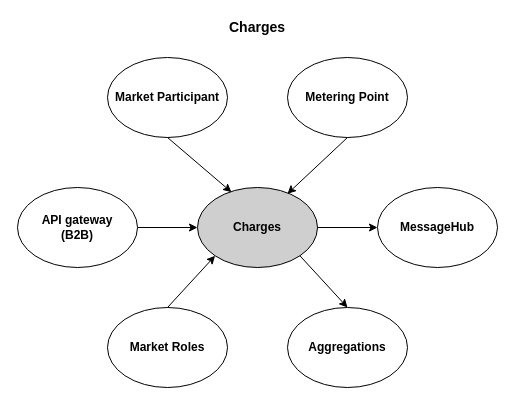
Energinet-DataHub/ARCHIVED-geh-charges keeps this draw.io diagram as docs/images/ChargesContextStreams.drawio. Above is the earlier version. Source tidied: cells renumbered, new cells numbered last; positions are measured from the earlier drawing's top-left corner, leaving out a move shared by most shapes. Both pictures are drawn from the tidied source at 100%, with x=0, y=0 at pixel (17, 17).
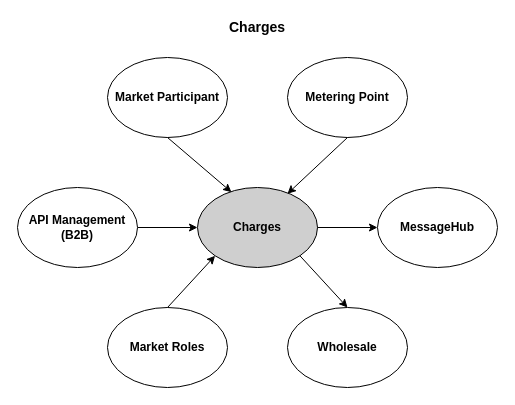
Above is the later version.

Commit message (it also covers changes not shown here):
Changed aggregations to wholesale in context diag

Change to the diagram source:
```diff
@@
 <mxGraphModel>
   <root>
     <mxCell id="0" />
     <mxCell id="1" parent="0" />
     <mxCell id="2" value="&lt;b&gt;Charges&lt;/b&gt;" style="ellipse;whiteSpace=wrap;html=1;fillColor=#CFCFCF;" parent="1" vertex="1">
       <mxGeometry x="180" y="170" width="120" height="80" as="geometry" />
     </mxCell>
     <mxCell id="3" style="edgeStyle=orthogonalEdgeStyle;rounded=0;jettySize=auto;html=1;" parent="1" edge="1" source="4" target="2">
       <mxGeometry relative="1" as="geometry" />
     </mxCell>
-    <mxCell id="4" value="&lt;b&gt;API gateway&lt;br&gt;(B2B)&lt;br&gt;&lt;/b&gt;" style="ellipse;whiteSpace=wrap;html=1;" parent="1" vertex="1">
+    <mxCell id="4" value="&lt;b&gt;API Management&lt;br&gt;(B2B)&lt;br&gt;&lt;/b&gt;" style="ellipse;whiteSpace=wrap;html=1;" parent="1" vertex="1">
       <mxGeometry y="170" width="120" height="80" as="geometry" />
     </mxCell>
     <mxCell id="5" value="&lt;b&gt;MessageHub&lt;/b&gt;" style="ellipse;whiteSpace=wrap;html=1;" parent="1" vertex="1">
       <mxGeometry x="360" y="170" width="120" height="80" as="geometry" />
     </mxCell>
-    <mxCell id="6" value="&lt;b&gt;Aggregations&lt;/b&gt;" style="ellipse;whiteSpace=wrap;html=1;" parent="1" vertex="1">
+    <mxCell id="6" value="&lt;b&gt;Wholesale&lt;/b&gt;" style="ellipse;whiteSpace=wrap;html=1;" parent="1" vertex="1">
       <mxGeometry x="270" y="290" width="120" height="80" as="geometry" />
     </mxCell>
     <mxCell id="7" value="&lt;b&gt;&lt;font style=&quot;font-size: 14px&quot;&gt;Charges&lt;/font&gt;&lt;/b&gt;" style="text;html=1;strokeColor=none;fillColor=none;align=center;verticalAlign=middle;whiteSpace=wrap;rounded=0;" parent="1" vertex="1">
       <mxGeometry x="140" width="200" height="20" as="geometry" />
     </mxCell>
     <mxCell id="8" style="edgeStyle=orthogonalEdgeStyle;rounded=0;jettySize=auto;html=1;entryX=0;entryY=0.5;entryDx=0;entryDy=0;exitX=1;exitY=0.5;exitDx=0;exitDy=0;" parent="1" edge="1" source="2" target="5">
       <mxGeometry relative="1" as="geometry" />
     </mxCell>
     <mxCell id="9" value="&lt;b&gt;Metering Point&lt;/b&gt;" style="ellipse;whiteSpace=wrap;html=1;" parent="1" vertex="1">
       <mxGeometry x="270" y="40" width="120" height="80" as="geometry" />
     </mxCell>
     <mxCell id="10" value="&lt;b&gt;Market Participant&lt;/b&gt;" style="ellipse;whiteSpace=wrap;html=1;" parent="1" vertex="1">
       <mxGeometry x="90" y="40" width="120" height="80" as="geometry" />
     </mxCell>
     <mxCell id="11" style="endArrow=classic;html=1;exitX=0.5;exitY=1;exitDx=0;exitDy=0;entryX=0.283;entryY=0.058;entryDx=0;entryDy=0;entryPerimeter=0;" parent="1" edge="1" source="10" target="2">
       <mxGeometry relative="1" as="geometry" />
     </mxCell>
     <mxCell id="12" style="endArrow=classic;html=1;exitX=0.5;exitY=1;exitDx=0;exitDy=0;entryX=0.75;entryY=0.078;entryDx=0;entryDy=0;entryPerimeter=0;" parent="1" edge="1" source="9" target="2">
       <mxGeometry relative="1" as="geometry" />
     </mxCell>
     <mxCell id="13" value="&lt;b&gt;Market Roles&lt;/b&gt;" style="ellipse;whiteSpace=wrap;html=1;" parent="1" vertex="1">
       <mxGeometry x="90" y="290" width="120" height="80" as="geometry" />
     </mxCell>
     <mxCell id="14" style="endArrow=classic;html=1;exitX=1;exitY=1;exitDx=0;exitDy=0;entryX=0.5;entryY=0;entryDx=0;entryDy=0;" parent="1" edge="1" source="2" target="6">
       <mxGeometry relative="1" as="geometry" />
     </mxCell>
     <mxCell id="15" style="endArrow=none;html=1;exitX=0;exitY=1;exitDx=0;exitDy=0;entryX=0.5;entryY=0;entryDx=0;entryDy=0;endFill=0;startArrow=classic;startFill=1;" parent="1" edge="1" source="2" target="13">
       <mxGeometry relative="1" as="geometry" />
     </mxCell>
   </root>
 </mxGraphModel>
```
